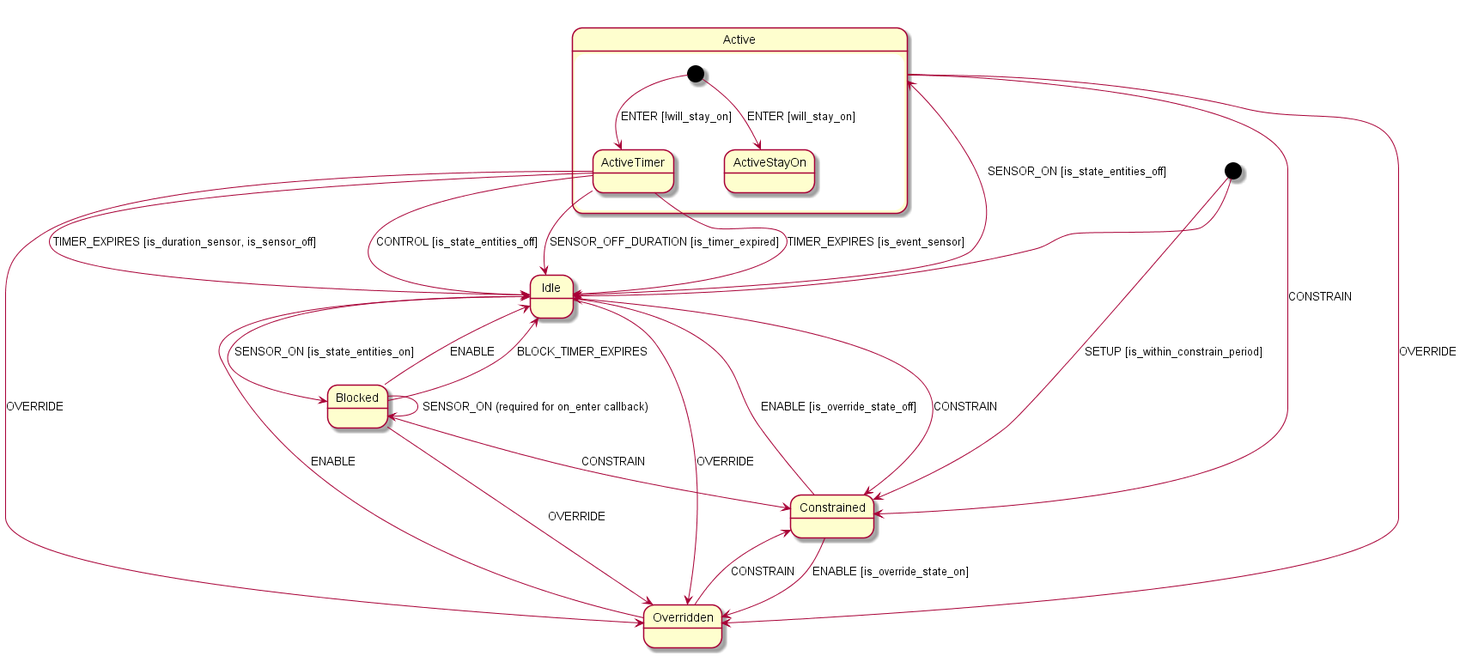
Above: images/state_diagram.png in danobot/entity-controller (PlantUML), before the change. Its diagram source:
```plantuml
@startuml

[*] --> Idle
[*] --> Constrained : SETUP [is_within_constrain_period]

Idle --> Constrained : CONSTRAIN
Blocked --> Constrained : CONSTRAIN
state Active {
  [*] --> ActiveTimer : ENTER [!will_stay_on]
  [*] --> ActiveStayOn : ENTER [will_stay_on]
}
Active --> Overridden : OVERRIDE
Active --> Constrained : CONSTRAIN
Overridden --> Constrained : CONSTRAIN
Idle --> Overridden : OVERRIDE
Blocked --> Overridden : OVERRIDE
ActiveTimer --> Overridden : OVERRIDE
Idle --> Active : SENSOR_ON [is_state_entities_off]

Idle --> Blocked : SENSOR_ON [is_state_entities_on]

Blocked --> Idle : ENABLE
Blocked --> Blocked : SENSOR_ON (required for on_enter callback)
Overridden --> Idle : ENABLE



ActiveTimer --> Idle : SENSOR_OFF_DURATION [is_timer_expired]

ActiveTimer --> Idle : TIMER_EXPIRES [is_event_sensor]
ActiveTimer --> Idle : TIMER_EXPIRES [is_duration_sensor, is_sensor_off]
Blocked --> Idle : BLOCK_TIMER_EXPIRES
ActiveTimer --> Idle : CONTROL [is_state_entities_off]

Constrained --> Idle : ENABLE [is_override_state_off]
Constrained --> Overridden : ENABLE [is_override_state_on]


@enduml
```
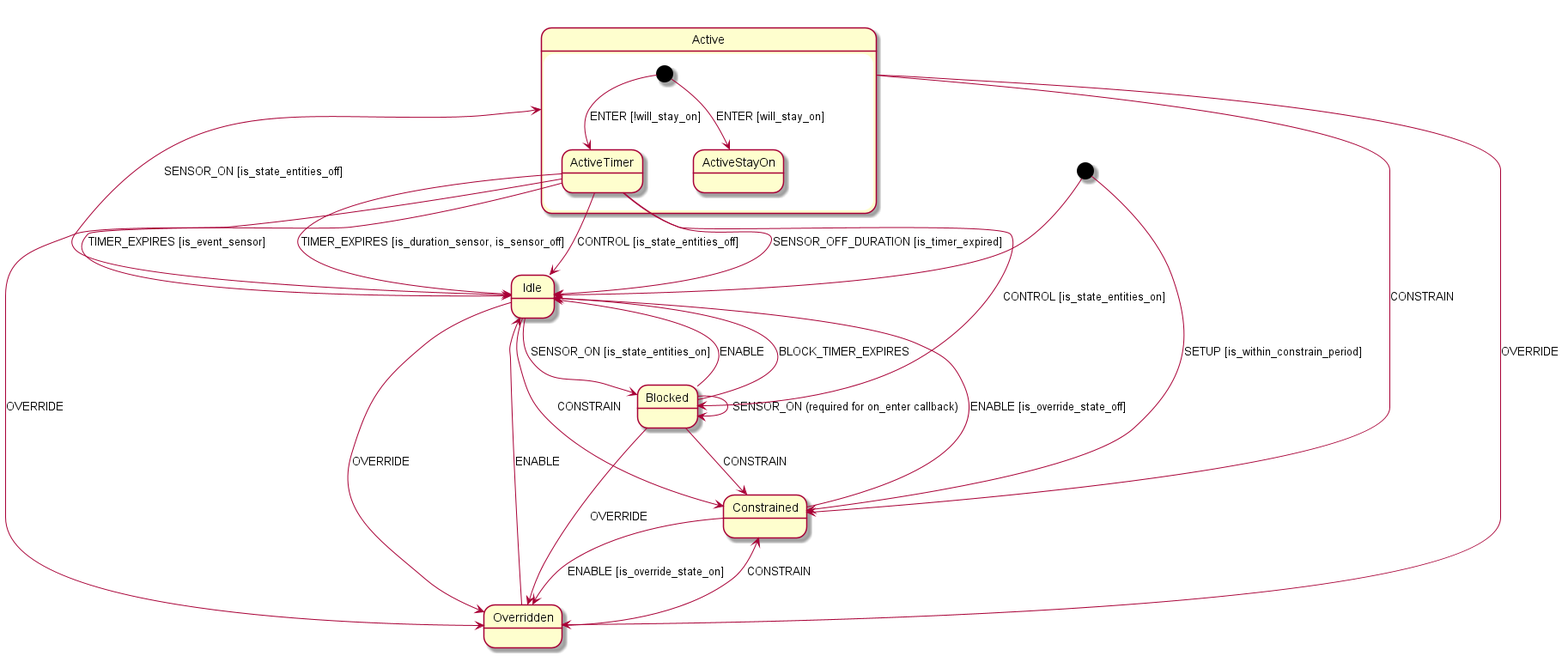
The same file after the commit.

Commit message:
fix: Add state transition for #98 to ensure requirement 3.2 is fulfilled.

Diff of the diagram source:
```diff
@@ -31,6 +31,7 @@
 ActiveTimer --> Idle : TIMER_EXPIRES [is_duration_sensor, is_sensor_off]
 Blocked --> Idle : BLOCK_TIMER_EXPIRES
 ActiveTimer --> Idle : CONTROL [is_state_entities_off]
+ActiveTimer --> Blocked : CONTROL [is_state_entities_on]
 
 Constrained --> Idle : ENABLE [is_override_state_off]
 Constrained --> Overridden : ENABLE [is_override_state_on]
```
